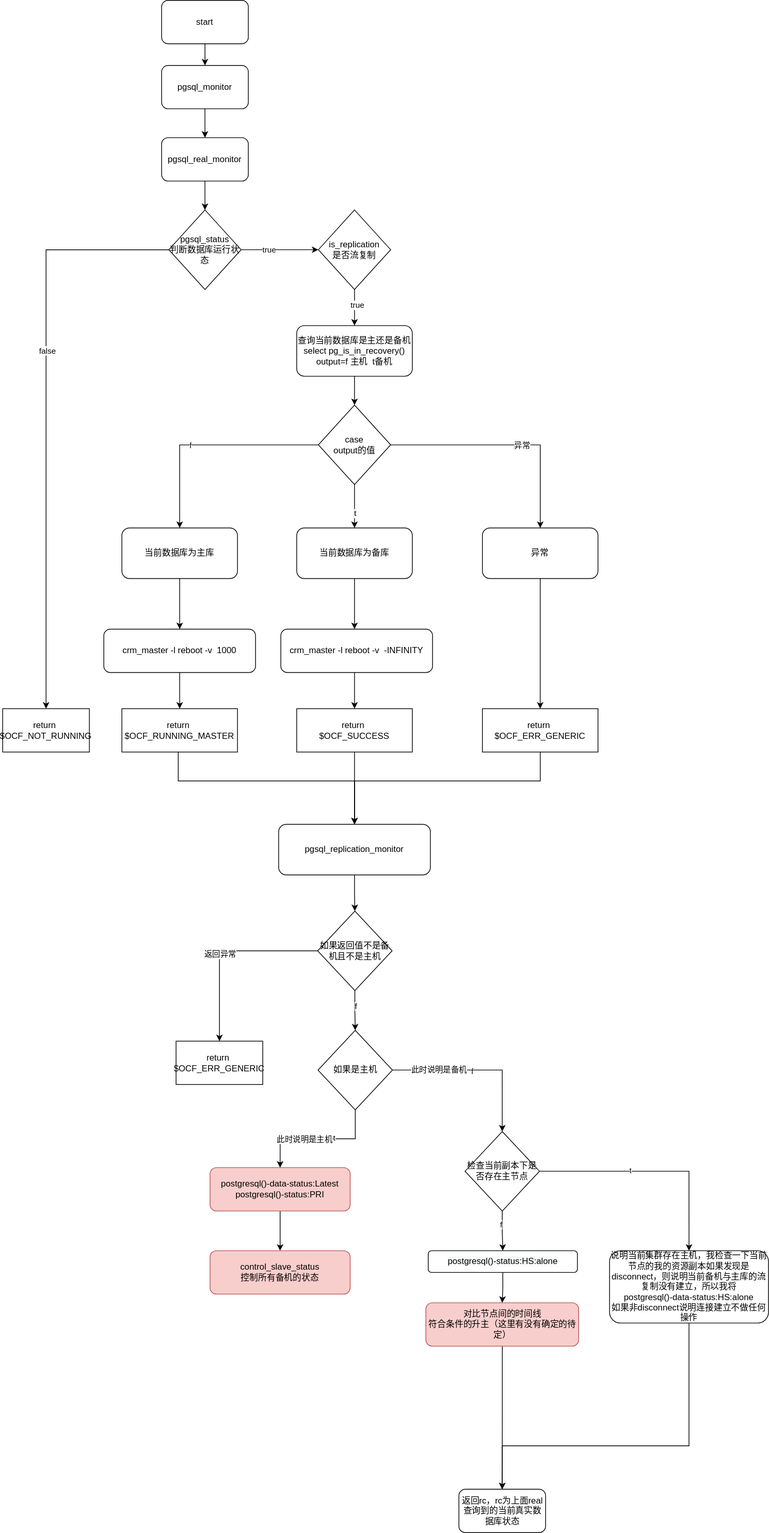
Before: pacemaker_pgsql.svg, a diagram exported from draw.io (simplecodeyu/hot-standy-keepalived-postgres). Source tidied: cells renumbered, new cells last; positions are measured from the earlier drawing's top-left corner, leaving out a move shared by most shapes.
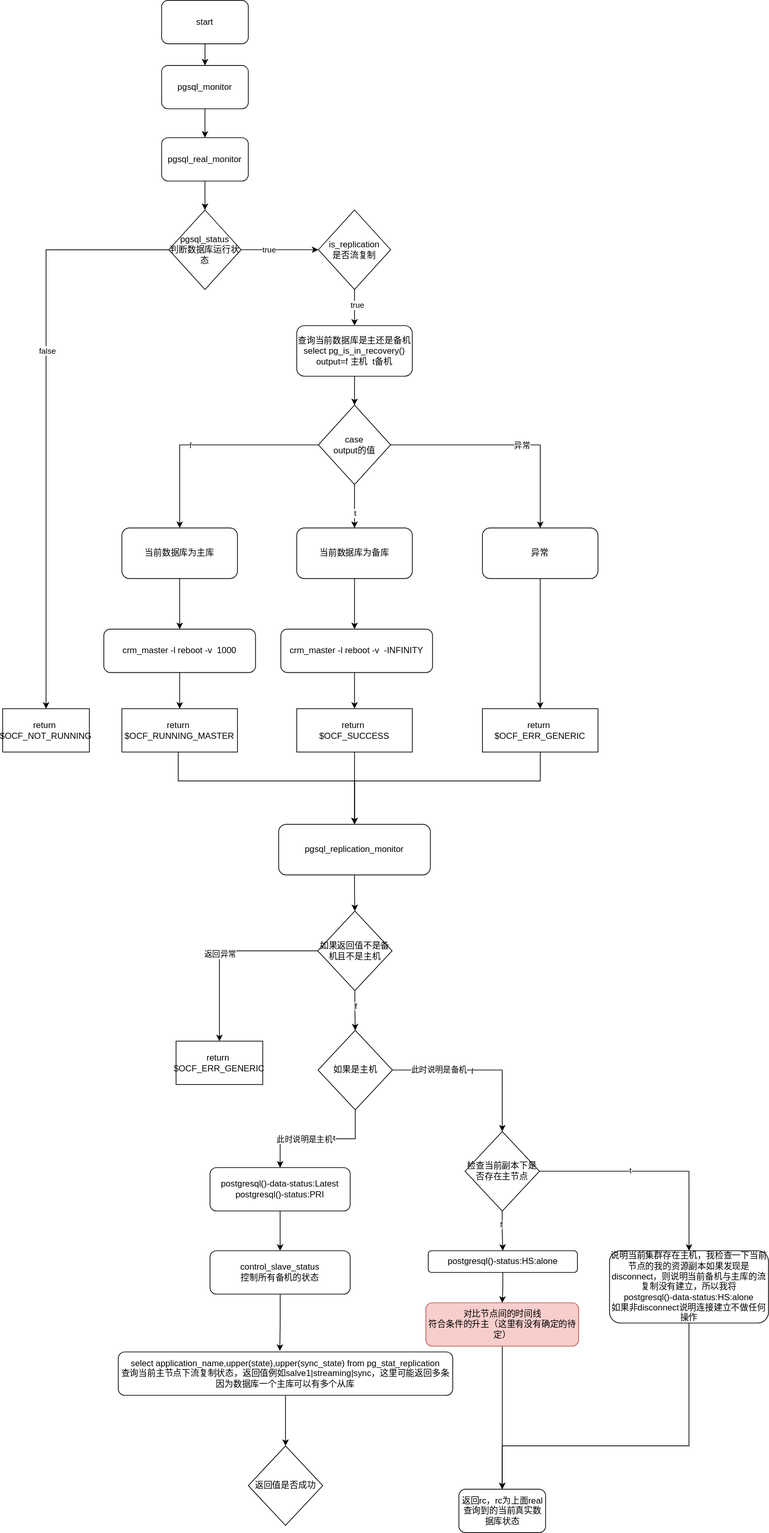
The same diagram one commit later.

The edit, as a diff of the source:
```diff
@@ -195,7 +195,7 @@
     <mxCell id="57" style="edgeStyle=orthogonalEdgeStyle;rounded=0;jettySize=auto;html=1;" parent="1" edge="1" source="58" target="71">
       <mxGeometry relative="1" as="geometry" />
     </mxCell>
-    <mxCell id="58" value="postgresql()-data-status:Latest&lt;br&gt;postgresql()-status:PRI" style="rounded=1;whiteSpace=wrap;html=1;fillColor=#f8cecc;strokeColor=#b85450;" parent="1" vertex="1">
+    <mxCell id="58" value="postgresql()-data-status:Latest&lt;br&gt;postgresql()-status:PRI" style="rounded=1;whiteSpace=wrap;html=1;" parent="1" vertex="1">
       <mxGeometry x="287" y="1615" width="194" height="60" as="geometry" />
     </mxCell>
     <mxCell id="59" style="edgeStyle=orthogonalEdgeStyle;rounded=0;jettySize=auto;html=1;entryX=0.5;entryY=0;entryDx=0;entryDy=0;" parent="1" edge="1" source="63" target="65">
@@ -238,8 +238,20 @@
     <mxCell id="70" value="返回rc，rc为上面real查询到的当前真实数据库状态" style="rounded=1;whiteSpace=wrap;html=1;" parent="1" vertex="1">
       <mxGeometry x="631.5" y="2060" width="120" height="60" as="geometry" />
     </mxCell>
+    <mxCell id="72" style="edgeStyle=orthogonalEdgeStyle;rounded=0;jettySize=auto;html=1;entryX=0.483;entryY=-0.025;entryDx=0;entryDy=0;entryPerimeter=0;" parent="1" edge="1" source="71" target="74">
+      <mxGeometry relative="1" as="geometry" />
+    </mxCell>
-    <mxCell id="71" value="control_slave_status&lt;br&gt;控制所有备机的状态" style="rounded=1;whiteSpace=wrap;html=1;fillColor=#f8cecc;strokeColor=#b85450;" parent="1" vertex="1">
+    <mxCell id="71" value="control_slave_status&lt;br&gt;控制所有备机的状态" style="rounded=1;whiteSpace=wrap;html=1;" parent="1" vertex="1">
       <mxGeometry x="287" y="1730" width="194" height="60" as="geometry" />
     </mxCell>
+    <mxCell id="73" style="edgeStyle=orthogonalEdgeStyle;rounded=0;jettySize=auto;html=1;" parent="1" edge="1" source="74" target="75">
+      <mxGeometry relative="1" as="geometry" />
+    </mxCell>
+    <mxCell id="74" value="select application_name,upper(state),upper(sync_state) from pg_stat_replication&lt;br&gt;查询当前主节点下流复制状态，返回值例如salve1|streaming|sync，这里可能返回多条&lt;br&gt;因为数据库一个主库可以有多个从库" style="rounded=1;whiteSpace=wrap;html=1;" parent="1" vertex="1">
+      <mxGeometry x="160" y="1870" width="463" height="60" as="geometry" />
+    </mxCell>
+    <mxCell id="75" value="返回值是否成功" style="rhombus;whiteSpace=wrap;html=1;" parent="1" vertex="1">
+      <mxGeometry x="340" y="2000" width="103" height="110" as="geometry" />
+    </mxCell>
   </root>
 </mxGraphModel>
```
